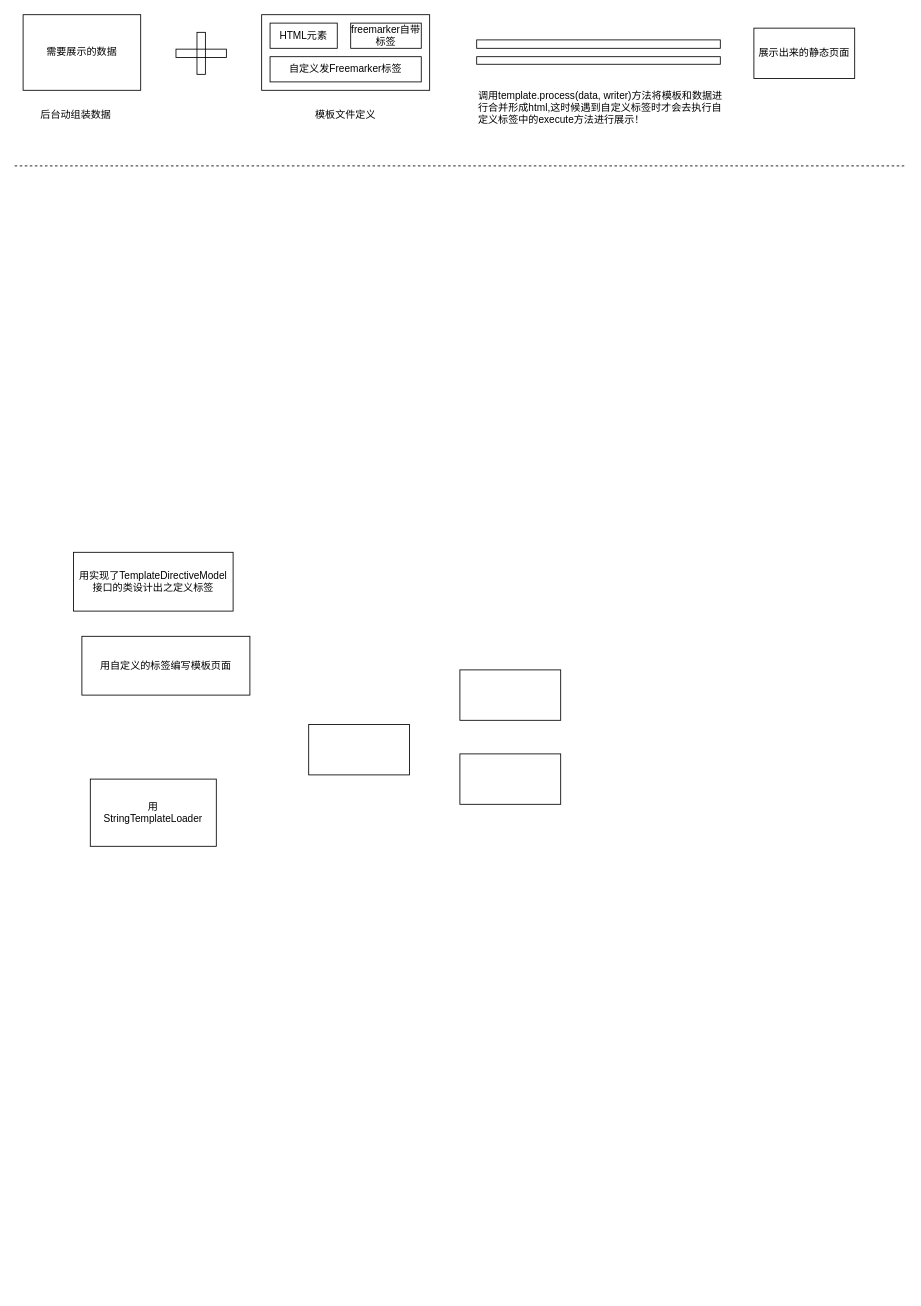
loverfang/ms-mcms-source keeps this draw.io diagram as ms-doc/自定义标签实现原理.drawio. Above is the earlier version. Source tidied: cells renumbered, new cells numbered last; positions are measured from the earlier drawing's top-left corner, leaving out a move shared by most shapes. Both pictures are drawn from the tidied source at 84%, with x=0, y=0 at pixel (14, 14).
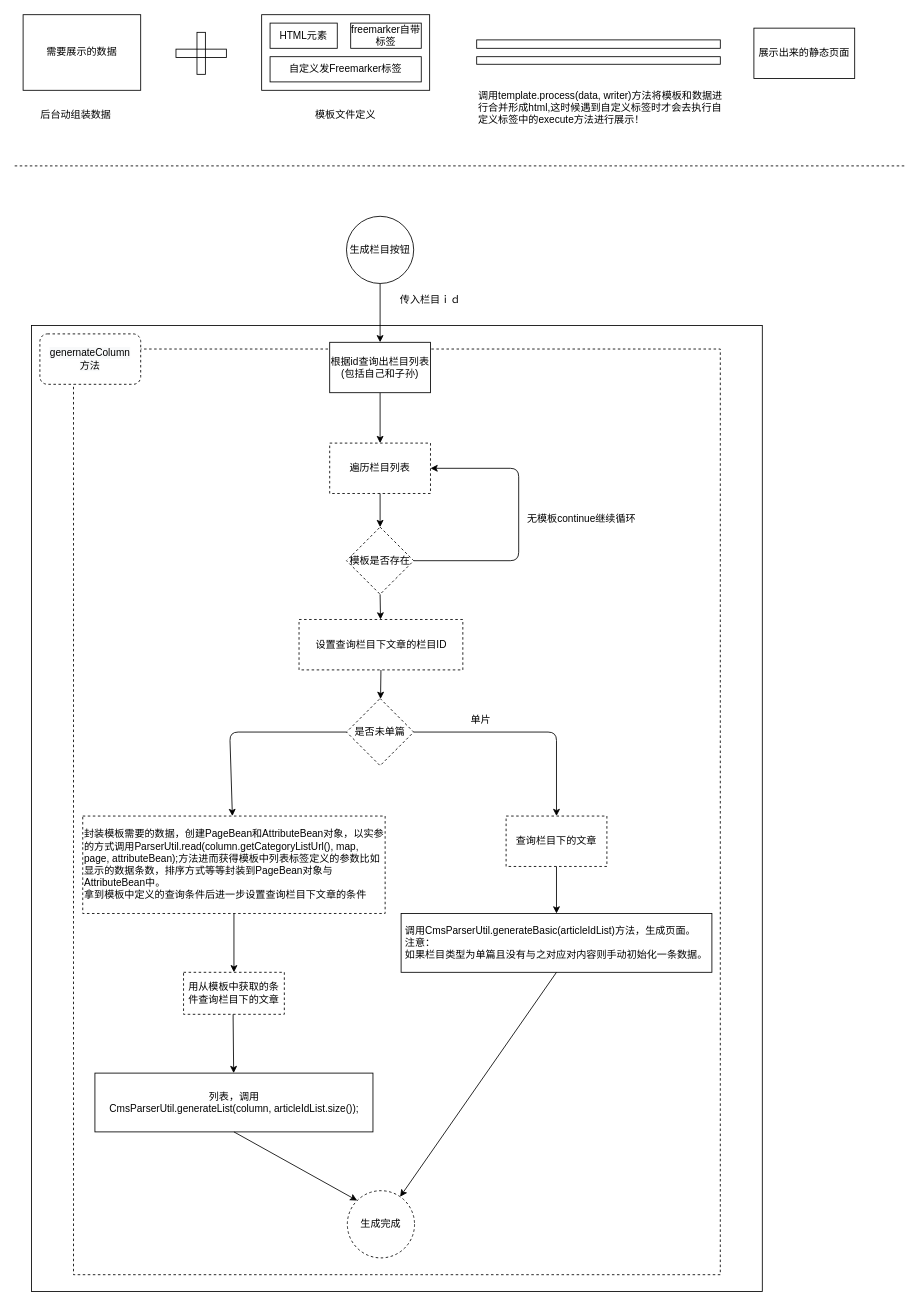
Above is the later version.

Commit message:
Update 自定义标签实现原理.drawio

Change to the diagram source:
```diff
@@
-    <mxCell id="2" value="用&lt;br&gt;StringTemplateLoader" style="rounded=0;whiteSpace=wrap;html=1;fillColor=none;strokeColor=#000000;" parent="1" vertex="1">
-      <mxGeometry x="90" y="910" width="150" height="80" as="geometry" />
-    </mxCell>
-    <mxCell id="3" value="用自定义的标签编写模板页面" style="rounded=0;whiteSpace=wrap;html=1;" parent="1" vertex="1">
-      <mxGeometry x="80" y="740" width="200" height="70" as="geometry" />
-    </mxCell>
-    <mxCell id="4" value="用实现了TemplateDirectiveModel接口的类设计出之定义标签" style="rounded=0;whiteSpace=wrap;html=1;strokeColor=#000000;fillColor=none;" parent="1" vertex="1">
-      <mxGeometry x="70" y="640" width="190" height="70" as="geometry" />
-    </mxCell>
@@
-    <mxCell id="7" style="rounded=0;whiteSpace=wrap;html=1;strokeColor=#000000;fillColor=none;" parent="1" vertex="1">
-      <mxGeometry x="530" y="880" width="120" height="60" as="geometry" />
-    </mxCell>
-    <mxCell id="8" style="rounded=0;whiteSpace=wrap;html=1;strokeColor=#000000;fillColor=none;" parent="1" vertex="1">
-      <mxGeometry x="530" y="780" width="120" height="60" as="geometry" />
-    </mxCell>
-    <mxCell id="9" style="rounded=0;whiteSpace=wrap;html=1;strokeColor=#000000;fillColor=none;" parent="1" vertex="1">
-      <mxGeometry x="350" y="845" width="120" height="60" as="geometry" />
-    </mxCell>
@@
+    <mxCell id="23" style="rounded=0;whiteSpace=wrap;html=1;" parent="1" vertex="1">
+      <mxGeometry x="20" y="370" width="870" height="1150" as="geometry" />
+    </mxCell>
+    <mxCell id="24" value="传入栏目ｉｄ" style="text;html=1;strokeColor=none;fillColor=none;align=center;verticalAlign=middle;whiteSpace=wrap;rounded=0;" parent="1" vertex="1">
+      <mxGeometry x="450" y="330" width="90" height="20" as="geometry" />
+    </mxCell>
+    <mxCell id="25" style="rounded=0;whiteSpace=wrap;html=1;dashed=1;" parent="1" vertex="1">
+      <mxGeometry x="70" y="398" width="770" height="1102" as="geometry" />
+    </mxCell>
+    <mxCell id="26" value="是否未单篇" style="rhombus;whiteSpace=wrap;html=1;dashed=1;" parent="1" vertex="1">
+      <mxGeometry x="395" y="814" width="80" height="80" as="geometry" />
+    </mxCell>
+    <mxCell id="27" value="&lt;span&gt;遍历栏目列表&lt;/span&gt;" style="rounded=0;whiteSpace=wrap;html=1;dashed=1;" parent="1" vertex="1">
+      <mxGeometry x="375" y="510" width="120" height="60" as="geometry" />
+    </mxCell>
+    <mxCell id="9" value="&lt;div style=&quot;text-align: left&quot;&gt;&lt;span&gt;调用&lt;/span&gt;&lt;span&gt;CmsParserUtil.generateBasic(articleIdList)方法，生成页面。&lt;/span&gt;&lt;/div&gt;&lt;div style=&quot;text-align: left&quot;&gt;&lt;span&gt;注意：&lt;/span&gt;&lt;/div&gt;&lt;div style=&quot;text-align: left&quot;&gt;&lt;span&gt;如果栏目类型为单篇且没有与之对应对内容则手动初始化一条数据。&lt;/span&gt;&lt;/div&gt;" style="rounded=0;whiteSpace=wrap;html=1;strokeColor=#000000;fillColor=none;" parent="1" vertex="1">
+      <mxGeometry x="460" y="1070" width="370" height="70" as="geometry" />
+    </mxCell>
+    <mxCell id="28" value="列表，调用&lt;br&gt;CmsParserUtil.generateList(column, articleIdList.size());" style="rounded=0;whiteSpace=wrap;html=1;strokeColor=#000000;fillColor=none;" parent="1" vertex="1">
+      <mxGeometry x="95.5" y="1260" width="331" height="70" as="geometry" />
+    </mxCell>
+    <mxCell id="29" style="endArrow=classic;html=1;entryX=0.5;entryY=0;entryDx=0;entryDy=0;exitX=0.5;exitY=1;exitDx=0;exitDy=0;" parent="1" edge="1" source="42" target="27">
+      <mxGeometry relative="1" as="geometry" />
+    </mxCell>
+    <mxCell id="30" style="endArrow=classic;html=1;exitX=0.5;exitY=1;exitDx=0;exitDy=0;" parent="1" edge="1" source="36" target="26">
+      <mxGeometry relative="1" as="geometry" />
+    </mxCell>
+    <mxCell id="31" style="endArrow=classic;html=1;exitX=1;exitY=0.5;exitDx=0;exitDy=0;entryX=0.5;entryY=0;entryDx=0;entryDy=0;" parent="1" edge="1" source="26" target="40">
+      <mxGeometry relative="1" as="geometry">
+        <Array as="points">
+          <mxPoint x="645" y="854" />
+        </Array>
+      </mxGeometry>
+    </mxCell>
+    <mxCell id="32" style="endArrow=classic;html=1;exitX=0;exitY=0.5;exitDx=0;exitDy=0;" parent="1" edge="1" source="26" target="46">
+      <mxGeometry relative="1" as="geometry">
+        <Array as="points">
+          <mxPoint x="256" y="854" />
+        </Array>
+      </mxGeometry>
+    </mxCell>
+    <mxCell id="33" value="模板是否存在" style="rhombus;whiteSpace=wrap;html=1;dashed=1;" parent="1" vertex="1">
+      <mxGeometry x="395" y="610" width="80" height="80" as="geometry" />
+    </mxCell>
+    <mxCell id="34" style="endArrow=classic;html=1;exitX=1;exitY=0.5;exitDx=0;exitDy=0;entryX=1;entryY=0.5;entryDx=0;entryDy=0;" parent="1" edge="1" source="33" target="27">
+      <mxGeometry relative="1" as="geometry">
+        <Array as="points">
+          <mxPoint x="600" y="650" />
+          <mxPoint x="600" y="540" />
+        </Array>
+      </mxGeometry>
+    </mxCell>
+    <mxCell id="35" value="无模板continue继续循环" style="text;html=1;strokeColor=none;fillColor=none;align=center;verticalAlign=middle;whiteSpace=wrap;rounded=0;dashed=1;" parent="1" vertex="1">
+      <mxGeometry x="600" y="590" width="150" height="20" as="geometry" />
+    </mxCell>
+    <mxCell id="36" value="设置查询栏目下文章的栏目ID" style="rounded=0;whiteSpace=wrap;html=1;dashed=1;" parent="1" vertex="1">
+      <mxGeometry x="338.5" y="720" width="195" height="60" as="geometry" />
+    </mxCell>
+    <mxCell id="37" style="endArrow=classic;html=1;exitX=0.5;exitY=1;exitDx=0;exitDy=0;" parent="1" edge="1" source="27" target="33">
+      <mxGeometry relative="1" as="geometry" />
+    </mxCell>
+    <mxCell id="38" style="endArrow=classic;html=1;exitX=0.5;exitY=1;exitDx=0;exitDy=0;" parent="1" edge="1" source="33" target="36">
+      <mxGeometry relative="1" as="geometry" />
+    </mxCell>
+    <mxCell id="39" value="单片" style="text;html=1;strokeColor=none;fillColor=none;align=center;verticalAlign=middle;whiteSpace=wrap;rounded=0;dashed=1;" parent="1" vertex="1">
+      <mxGeometry x="530" y="830" width="50" height="20" as="geometry" />
+    </mxCell>
+    <mxCell id="40" value="查询栏目下的文章" style="rounded=0;whiteSpace=wrap;html=1;dashed=1;" parent="1" vertex="1">
+      <mxGeometry x="585" y="954" width="120" height="60" as="geometry" />
+    </mxCell>
+    <mxCell id="41" style="endArrow=classic;html=1;exitX=0.5;exitY=1;exitDx=0;exitDy=0;entryX=0.5;entryY=0;entryDx=0;entryDy=0;" parent="1" edge="1" source="40" target="9">
+      <mxGeometry relative="1" as="geometry" />
+    </mxCell>
+    <mxCell id="42" value="根据id查询出栏目列表(包括自己和子孙)" style="rounded=0;whiteSpace=wrap;html=1;" parent="1" vertex="1">
+      <mxGeometry x="375" y="390" width="120" height="60" as="geometry" />
+    </mxCell>
+    <mxCell id="43" style="endArrow=classic;html=1;exitX=0.5;exitY=1;exitDx=0;exitDy=0;entryX=0.5;entryY=0;entryDx=0;entryDy=0;" parent="1" edge="1" source="44" target="42">
+      <mxGeometry relative="1" as="geometry" />
+    </mxCell>
+    <mxCell id="44" value="生成栏目按钮" style="ellipse;whiteSpace=wrap;html=1;" parent="1" vertex="1">
+      <mxGeometry x="395" y="240" width="80" height="80" as="geometry" />
+    </mxCell>
+    <mxCell id="45" value="&lt;span style=&quot;color: rgb(0, 0, 0); font-family: helvetica; font-size: 12px; font-style: normal; font-weight: 400; letter-spacing: normal; text-align: center; text-indent: 0px; text-transform: none; word-spacing: 0px; background-color: rgb(248, 249, 250); display: inline; float: none;&quot;&gt;genernateColumn&lt;/span&gt;&lt;br style=&quot;color: rgb(0, 0, 0); font-family: helvetica; font-size: 12px; font-style: normal; font-weight: 400; letter-spacing: normal; text-align: center; text-indent: 0px; text-transform: none; word-spacing: 0px; background-color: rgb(248, 249, 250);&quot;&gt;&lt;span style=&quot;color: rgb(0, 0, 0); font-family: helvetica; font-size: 12px; font-style: normal; font-weight: 400; letter-spacing: normal; text-align: center; text-indent: 0px; text-transform: none; word-spacing: 0px; background-color: rgb(248, 249, 250); display: inline; float: none;&quot;&gt;方法&lt;/span&gt;" style="rounded=1;whiteSpace=wrap;html=1;dashed=1;" parent="1" vertex="1">
+      <mxGeometry x="30" y="380" width="120" height="60" as="geometry" />
+    </mxCell>
+    <mxCell id="46" value="封装模板需要的数据，创建PageBean和AttributeBean对象，以实参的方式调用ParserUtil.read(column.getCategoryListUrl(), map, page, attributeBean);方法进而获得模板中列表标签定义的参数比如显示的数据条数，排序方式等等封装到PageBean对象与AttributeBean中。&lt;br&gt;拿到模板中定义的查询条件后进一步设置查询栏目下文章的条件" style="rounded=0;whiteSpace=wrap;html=1;dashed=1;align=left;" parent="1" vertex="1">
+      <mxGeometry x="81" y="954" width="360" height="116" as="geometry" />
+    </mxCell>
+    <mxCell id="47" value="用从模板中获取的条件查询栏目下的文章" style="rounded=0;whiteSpace=wrap;html=1;dashed=1;" parent="1" vertex="1">
+      <mxGeometry x="201" y="1140" width="120" height="50" as="geometry" />
+    </mxCell>
+    <mxCell id="48" style="endArrow=classic;html=1;" parent="1" edge="1" source="46" target="47">
+      <mxGeometry relative="1" as="geometry" />
+    </mxCell>
+    <mxCell id="49" style="endArrow=classic;html=1;" parent="1" edge="1" target="28">
+      <mxGeometry relative="1" as="geometry">
+        <mxPoint x="260" y="1190" as="sourcePoint" />
+      </mxGeometry>
+    </mxCell>
+    <mxCell id="50" value="生成完成" style="ellipse;whiteSpace=wrap;html=1;dashed=1;" parent="1" vertex="1">
+      <mxGeometry x="396" y="1400" width="80" height="80" as="geometry" />
+    </mxCell>
+    <mxCell id="51" style="endArrow=classic;html=1;exitX=0.5;exitY=1;exitDx=0;exitDy=0;entryX=0;entryY=0;entryDx=0;entryDy=0;" parent="1" edge="1" source="28" target="50">
+      <mxGeometry relative="1" as="geometry" />
+    </mxCell>
+    <mxCell id="52" style="endArrow=classic;html=1;exitX=0.5;exitY=1;exitDx=0;exitDy=0;" parent="1" edge="1" source="9" target="50">
+      <mxGeometry relative="1" as="geometry" />
+    </mxCell>
```
